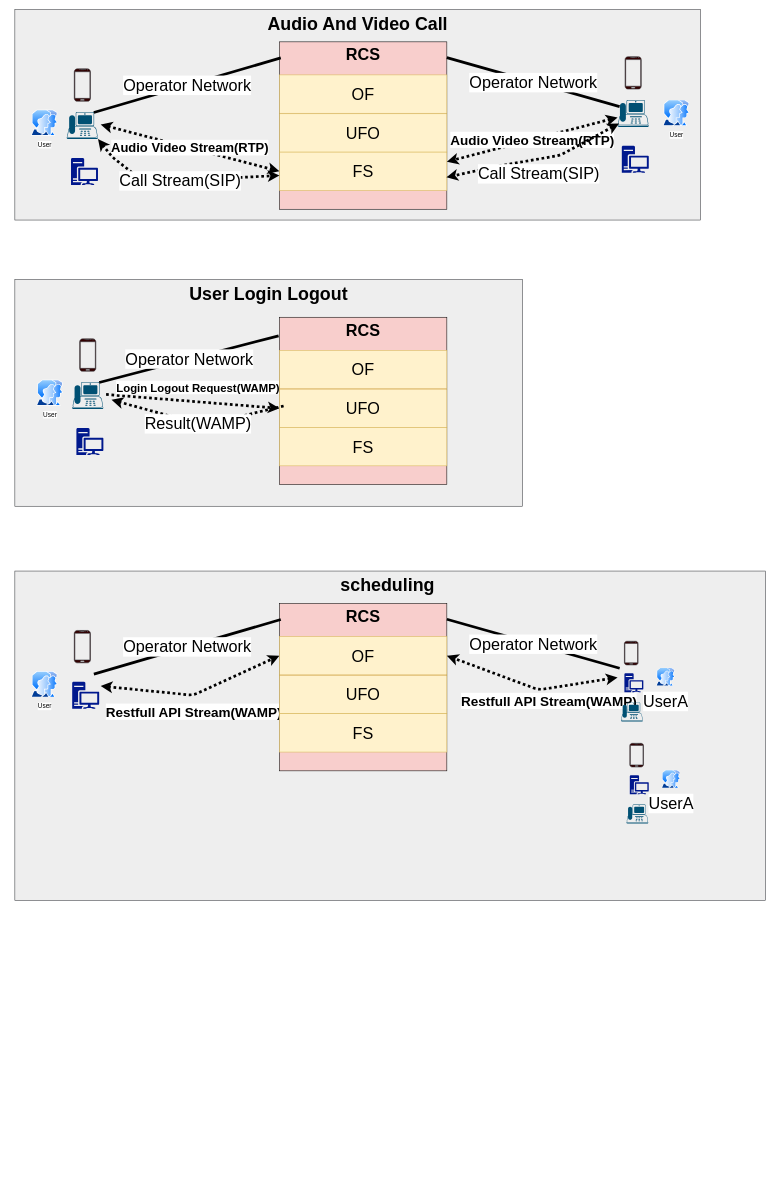
This is RCS 数据流图.drawio from uyuy2043/yy, a draw.io file, before an edit. Source tidied: cells renumbered, new cells numbered last; positions are measured from the earlier drawing's top-left corner, leaving out a move shared by most shapes. Both pictures are drawn from the tidied source at 54%, with x=0, y=0 at pixel (15, 9).
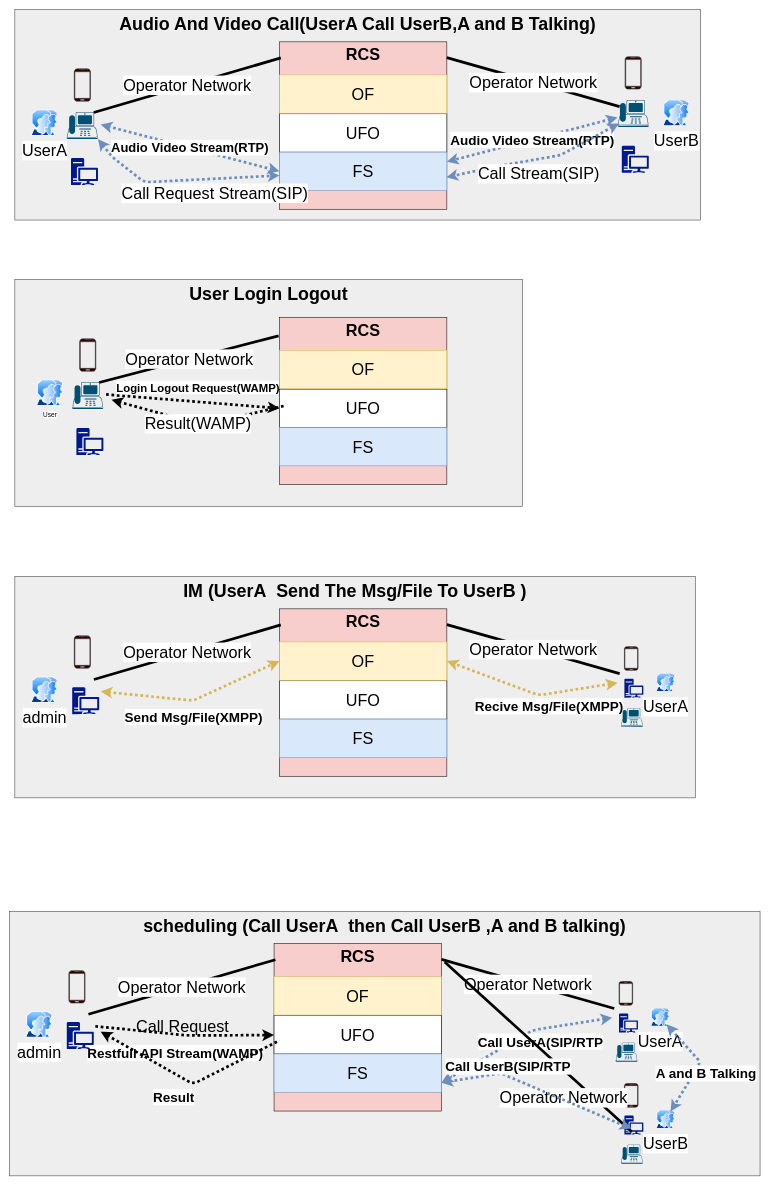
The same page after the edit.

Commit message (it also covers changes not shown here):
更新RCS 数据流图.drawio

The change refers to these unchanged cells:
```xml
<mxCell id="9" style="points=[[0.59,0,0],[0.87,0.015,0],[0.88,0.3,0],[0.99,0.99,0],[0.5,1,0],[0.01,0.99,0],[0.075,0.5,0],[0.17,0.115,0]];verticalLabelPosition=bottom;html=1;verticalAlign=top;align=center;shape=mxgraph.cisco19.ip_phone;fillColor=#005073;strokeColor=none;" parent="1" vertex="1">
  <mxGeometry x="96.2" y="190" width="57.5" height="50" as="geometry" />
</mxCell>
<mxCell id="14" style="group;" parent="1" vertex="1">
  <mxGeometry x="490" y="60" width="310" height="310" as="geometry" />
</mxCell>
<mxCell id="23" style="points=[[0.59,0,0],[0.87,0.015,0],[0.88,0.3,0],[0.99,0.99,0],[0.5,1,0],[0.01,0.99,0],[0.075,0.5,0],[0.17,0.115,0]];verticalLabelPosition=bottom;html=1;verticalAlign=top;align=center;shape=mxgraph.cisco19.ip_phone;fillColor=#005073;strokeColor=none;" parent="1" vertex="1">
  <mxGeometry x="1116.2" y="167.5" width="57.5" height="50" as="geometry" />
</mxCell>
<mxCell id="29" style="group;" parent="1" vertex="1">
  <mxGeometry x="490" y="570" width="310" height="310" as="geometry" />
</mxCell>
<mxCell id="41" value="RCS" style="whiteSpace=wrap;html=1;rounded=0;fillColor=#F8CECC;fontSize=30;align=center;fontStyle=1;verticalAlign=top;" parent="40" vertex="1">
  <mxGeometry width="310" height="310" as="geometry" />
</mxCell>
<mxCell id="44" value="OF" style="rounded=0;whiteSpace=wrap;html=1;fillColor=#fff2cc;fontSize=30;align=center;strokeColor=#d6b656;" parent="40" vertex="1">
  <mxGeometry y="61.2" width="310" height="71" as="geometry" />
</mxCell>
<mxCell id="49" value="UserA" style="perimeter=ellipsePerimeter;html=1;align=center;shadow=0;dashed=0;spacingTop=3;image;image=img/lib/active_directory/user_accounts.svg;fillColor=#330000;fontSize=30;" parent="48" vertex="1">
  <mxGeometry x="65.3" y="49.4" width="35.1" height="34.1" as="geometry" />
</mxCell>
<mxCell id="56" style="shadow=0;dashed=0;html=1;strokeColor=none;labelPosition=center;verticalLabelPosition=bottom;verticalAlign=top;align=center;fillColor=#00188D;shape=mxgraph.mscae.enterprise.workstation_client;rounded=0;fontSize=30;" parent="53" vertex="1">
  <mxGeometry x="6.3" y="59.3" width="35.1" height="35.1" as="geometry" />
</mxCell>
```

The edit, as a diff of the source:
```diff
@@
-    <mxCell id="2" value="Audio And Video Call" style="rounded=0;whiteSpace=wrap;html=1;fillColor=#eeeeee;strokeColor=#36393d;horizontal=1;align=center;verticalAlign=top;fontSize=33;fontStyle=1;" parent="1" vertex="1">
+    <mxCell id="2" value="Audio And Video Call(UserA Call UserB,A and B Talking)" style="rounded=0;whiteSpace=wrap;html=1;fillColor=#eeeeee;strokeColor=#36393d;horizontal=1;align=center;verticalAlign=top;fontSize=33;fontStyle=1;" parent="1" vertex="1">
       <mxGeometry width="1270" height="390" as="geometry" />
     </mxCell>
@@
-    <mxCell id="11" value="User" style="perimeter=ellipsePerimeter;html=1;align=center;shadow=0;dashed=0;spacingTop=3;image;image=img/lib/active_directory/user_accounts.svg;fillColor=#330000;" parent="1" vertex="1">
+    <mxCell id="11" value="UserA" style="perimeter=ellipsePerimeter;html=1;align=center;shadow=0;dashed=0;spacingTop=3;image;image=img/lib/active_directory/user_accounts.svg;fillColor=#330000;fontSize=30;" parent="1" vertex="1">
       <mxGeometry x="30" y="185.8" width="50" height="48.5" as="geometry" />
     </mxCell>
-    <mxCell id="12" value="Audio Video Stream(RTP)" style="endArrow=classic;html=1;fontSize=24;strokeWidth=5;exitX=1.091;exitY=0.46;exitDx=0;exitDy=0;entryX=0;entryY=0.5;entryDx=0;entryDy=0;exitPerimeter=0;startArrow=classic;startFill=1;dashed=1;dashPattern=1 1;fontStyle=1;" parent="1" edge="1" source="9" target="17">
+    <mxCell id="12" value="Audio Video Stream(RTP)" style="endArrow=classic;html=1;fontSize=24;strokeWidth=5;exitX=1.091;exitY=0.46;exitDx=0;exitDy=0;entryX=0;entryY=0.5;entryDx=0;entryDy=0;exitPerimeter=0;startArrow=classic;startFill=1;dashed=1;dashPattern=1 1;fontStyle=1;fillColor=#dae8fc;strokeColor=#6c8ebf;" parent="1" edge="1" source="9" target="17">
       <mxGeometry relative="1" as="geometry" />
     </mxCell>
@@
-    <mxCell id="16" value="UFO" style="rounded=0;whiteSpace=wrap;html=1;fillColor=#fff2cc;fontSize=30;align=center;strokeColor=#d6b656;" parent="14" vertex="1">
+    <mxCell id="16" value="UFO" style="rounded=0;whiteSpace=wrap;html=1;fontSize=30;align=center;" parent="14" vertex="1">
       <mxGeometry y="133.2" width="310" height="71" as="geometry" />
     </mxCell>
-    <mxCell id="17" value="FS" style="rounded=0;whiteSpace=wrap;html=1;fillColor=#fff2cc;fontSize=30;align=center;strokeColor=#d6b656;" parent="14" vertex="1">
+    <mxCell id="17" value="FS" style="rounded=0;whiteSpace=wrap;html=1;fillColor=#dae8fc;fontSize=30;align=center;strokeColor=#6c8ebf;" parent="14" vertex="1">
       <mxGeometry y="204.2" width="310" height="71" as="geometry" />
     </mxCell>
@@
-    <mxCell id="20" value="Call Stream(SIP)" style="endArrow=classic;html=1;fontSize=30;strokeWidth=5;exitX=1.091;exitY=0.46;exitDx=0;exitDy=0;exitPerimeter=0;startArrow=classic;startFill=1;dashed=1;dashPattern=1 1;" parent="1" edge="1" target="17">
-      <mxGeometry relative="1" as="geometry">
+    <mxCell id="20" value="Call Request Stream(SIP)" style="endArrow=classic;html=1;fontSize=30;strokeWidth=5;exitX=1.091;exitY=0.46;exitDx=0;exitDy=0;exitPerimeter=0;startArrow=classic;startFill=1;dashed=1;dashPattern=1 1;fillColor=#dae8fc;strokeColor=#6c8ebf;" parent="1" edge="1" target="17">
+      <mxGeometry x="0.34" y="-26" relative="1" as="geometry">
         <mxPoint x="154" y="240" as="sourcePoint" />
         <Array as="points">
           <mxPoint x="180" y="273" />
           <mxPoint x="240" y="320" />
         </Array>
       </mxGeometry>
     </mxCell>
-    <mxCell id="21" value="User" style="perimeter=ellipsePerimeter;html=1;align=center;shadow=0;dashed=0;spacingTop=3;image;image=img/lib/active_directory/user_accounts.svg;fillColor=#330000;" parent="1" vertex="1">
+    <mxCell id="21" value="UserB" style="perimeter=ellipsePerimeter;html=1;align=center;shadow=0;dashed=0;spacingTop=3;image;image=img/lib/active_directory/user_accounts.svg;fillColor=#330000;fontSize=30;" parent="1" vertex="1">
       <mxGeometry x="1200" y="167.5" width="50" height="48.5" as="geometry" />
     </mxCell>
@@
-    <mxCell id="26" value="Audio Video Stream(RTP)" style="endArrow=classic;html=1;fontSize=25;strokeWidth=5;entryX=1;entryY=0.25;entryDx=0;entryDy=0;startArrow=classic;startFill=1;dashed=1;dashPattern=1 1;fontStyle=1;" parent="1" edge="1" source="23" target="17">
+    <mxCell id="26" value="Audio Video Stream(RTP)" style="endArrow=classic;html=1;fontSize=25;strokeWidth=5;entryX=1;entryY=0.25;entryDx=0;entryDy=0;startArrow=classic;startFill=1;dashed=1;dashPattern=1 1;fontStyle=1;fillColor=#dae8fc;strokeColor=#6c8ebf;" parent="1" edge="1" source="23" target="17">
       <mxGeometry relative="1" as="geometry" />
     </mxCell>
-    <mxCell id="27" value="Call Stream(SIP)" style="endArrow=classic;html=1;fontSize=30;strokeWidth=5;exitX=0.048;exitY=0.87;exitDx=0;exitDy=0;exitPerimeter=0;startArrow=classic;startFill=1;entryX=0.997;entryY=0.658;entryDx=0;entryDy=0;entryPerimeter=0;dashed=1;dashPattern=1 1;" parent="1" edge="1" source="23" target="17">
+    <mxCell id="27" value="Call Stream(SIP)" style="endArrow=classic;html=1;fontSize=30;strokeWidth=5;exitX=0.048;exitY=0.87;exitDx=0;exitDy=0;exitPerimeter=0;startArrow=classic;startFill=1;entryX=0.997;entryY=0.658;entryDx=0;entryDy=0;entryPerimeter=0;dashed=1;dashPattern=1 1;fillColor=#dae8fc;strokeColor=#6c8ebf;" parent="1" edge="1" source="23" target="17">
       <mxGeometry y="27" relative="1" as="geometry">
         <Array as="points">
           <mxPoint x="1010" y="270" />
           <mxPoint x="893.7" y="290.2" />
         </Array>
       </mxGeometry>
     </mxCell>
@@
-    <mxCell id="31" value="UFO" style="rounded=0;whiteSpace=wrap;html=1;fillColor=#fff2cc;fontSize=30;align=center;strokeColor=#d6b656;" parent="29" vertex="1">
+    <mxCell id="31" value="UFO" style="rounded=0;whiteSpace=wrap;html=1;fontSize=30;align=center;" parent="29" vertex="1">
       <mxGeometry y="133.2" width="310" height="71" as="geometry" />
     </mxCell>
-    <mxCell id="32" value="FS" style="rounded=0;whiteSpace=wrap;html=1;fillColor=#fff2cc;fontSize=30;align=center;strokeColor=#d6b656;" parent="29" vertex="1">
+    <mxCell id="32" value="FS" style="rounded=0;whiteSpace=wrap;html=1;fillColor=#dae8fc;fontSize=30;align=center;strokeColor=#6c8ebf;" parent="29" vertex="1">
       <mxGeometry y="204.2" width="310" height="71" as="geometry" />
     </mxCell>
@@
-    <mxCell id="35" value="scheduling&amp;nbsp;" style="rounded=0;whiteSpace=wrap;html=1;fillColor=#eeeeee;strokeColor=#36393d;horizontal=1;align=center;verticalAlign=top;fontSize=33;fontStyle=1;" parent="1" vertex="1">
-      <mxGeometry y="1040" width="1390" height="610" as="geometry" />
+    <mxCell id="35" value="scheduling (Call UserA&amp;nbsp; then Call UserB ,A and B talking)" style="rounded=0;whiteSpace=wrap;html=1;fillColor=#eeeeee;strokeColor=#36393d;horizontal=1;align=center;verticalAlign=top;fontSize=33;fontStyle=1;" parent="1" vertex="1">
+      <mxGeometry x="-10" y="1670" width="1390" height="490" as="geometry" />
     </mxCell>
     <mxCell id="36" style="verticalLabelPosition=bottom;verticalAlign=top;html=1;shadow=0;dashed=0;strokeWidth=1;shape=mxgraph.android.phone2;strokeColor=#36393d;fillColor=#330000;" parent="1" vertex="1">
-      <mxGeometry x="110" y="1150" width="30" height="60" as="geometry" />
+      <mxGeometry x="100" y="1780" width="30" height="60" as="geometry" />
     </mxCell>
-    <mxCell id="37" value="User" style="perimeter=ellipsePerimeter;html=1;align=center;shadow=0;dashed=0;spacingTop=3;image;image=img/lib/active_directory/user_accounts.svg;fillColor=#330000;" parent="1" vertex="1">
-      <mxGeometry x="30" y="1225.8" width="50" height="48.5" as="geometry" />
+    <mxCell id="37" value="admin" style="perimeter=ellipsePerimeter;html=1;align=center;shadow=0;dashed=0;spacingTop=3;image;image=img/lib/active_directory/user_accounts.svg;fillColor=#330000;fontSize=30;" parent="1" vertex="1">
+      <mxGeometry x="20" y="1855.8" width="50" height="48.5" as="geometry" />
     </mxCell>
-    <mxCell id="38" value="Restfull API Stream(WAMP)" style="endArrow=classic;html=1;fontSize=25;strokeWidth=5;exitX=1.091;exitY=0.46;exitDx=0;exitDy=0;entryX=0;entryY=0.5;entryDx=0;entryDy=0;exitPerimeter=0;startArrow=classic;startFill=1;dashed=1;dashPattern=1 1;fontStyle=1;" parent="1" edge="1" target="44">
+    <mxCell id="38" value="Restfull API Stream(WAMP)" style="endArrow=classic;html=1;fontSize=25;strokeWidth=5;exitX=1.091;exitY=0.46;exitDx=0;exitDy=0;exitPerimeter=0;startArrow=none;startFill=0;dashed=1;dashPattern=1 1;fontStyle=1;" parent="1" edge="1" target="42">
       <mxGeometry x="-0.01" y="-30" relative="1" as="geometry">
-        <mxPoint x="159" y="1253" as="sourcePoint" />
+        <mxPoint x="149" y="1883" as="sourcePoint" />
         <Array as="points">
-          <mxPoint x="330" y="1270" />
+          <mxPoint x="320" y="1900" />
         </Array>
         <mxPoint x="-12" y="3" as="offset" />
       </mxGeometry>
     </mxCell>
     <mxCell id="39" style="shadow=0;dashed=0;html=1;strokeColor=none;labelPosition=center;verticalLabelPosition=bottom;verticalAlign=top;align=center;fillColor=#00188D;shape=mxgraph.mscae.enterprise.workstation_client;rounded=0;fontSize=30;" parent="1" vertex="1">
-      <mxGeometry x="106.2" y="1245" width="50" height="50" as="geometry" />
+      <mxGeometry x="96.2" y="1875" width="50" height="50" as="geometry" />
     </mxCell>
     <mxCell id="40" style="group;" parent="1" vertex="1">
-      <mxGeometry x="490" y="1100" width="310" height="310" as="geometry" />
+      <mxGeometry x="480" y="1730" width="310" height="310" as="geometry" />
     </mxCell>
@@
-    <mxCell id="42" value="UFO" style="rounded=0;whiteSpace=wrap;html=1;fillColor=#fff2cc;fontSize=30;align=center;strokeColor=#d6b656;" parent="40" vertex="1">
+    <mxCell id="42" value="UFO" style="rounded=0;whiteSpace=wrap;html=1;fontSize=30;align=center;" parent="40" vertex="1">
       <mxGeometry y="133.2" width="310" height="71" as="geometry" />
     </mxCell>
-    <mxCell id="43" value="FS" style="rounded=0;whiteSpace=wrap;html=1;fillColor=#fff2cc;fontSize=30;align=center;strokeColor=#d6b656;" parent="40" vertex="1">
+    <mxCell id="43" value="FS" style="rounded=0;whiteSpace=wrap;html=1;fillColor=#dae8fc;fontSize=30;align=center;strokeColor=#6c8ebf;" parent="40" vertex="1">
       <mxGeometry y="204.2" width="310" height="71" as="geometry" />
     </mxCell>
@@
     <mxCell id="45" value="Operator Network" style="endArrow=none;html=1;strokeWidth=5;fontSize=30;entryX=0.008;entryY=0.096;entryDx=0;entryDy=0;entryPerimeter=0;exitX=0.87;exitY=0.015;exitDx=0;exitDy=0;exitPerimeter=0;" parent="1" edge="1" target="41">
       <mxGeometry relative="1" as="geometry">
-        <mxPoint x="146.3" y="1230.8" as="sourcePoint" />
+        <mxPoint x="136.3" y="1860.8" as="sourcePoint" />
       </mxGeometry>
     </mxCell>
     <mxCell id="46" value="Operator Network" style="endArrow=none;html=1;strokeWidth=5;fontSize=30;entryX=1;entryY=0.094;entryDx=0;entryDy=0;entryPerimeter=0;exitX=0.065;exitY=0.25;exitDx=0;exitDy=0;exitPerimeter=0;" parent="1" edge="1" target="41">
       <mxGeometry relative="1" as="geometry">
-        <mxPoint x="1120" y="1220" as="sourcePoint" />
+        <mxPoint x="1110" y="1850" as="sourcePoint" />
       </mxGeometry>
     </mxCell>
-    <mxCell id="47" value="Restfull API Stream(WAMP)" style="endArrow=classic;html=1;fontSize=25;strokeWidth=5;entryX=1;entryY=0.5;entryDx=0;entryDy=0;startArrow=classic;startFill=1;dashed=1;dashPattern=1 1;fontStyle=1;" parent="1" edge="1" target="44">
+    <mxCell id="47" value="Call UserA(SIP/RTP" style="endArrow=classic;html=1;fontSize=25;strokeWidth=5;startArrow=classic;startFill=1;dashed=1;dashPattern=1 1;fontStyle=1;entryX=1;entryY=0.75;entryDx=0;entryDy=0;fillColor=#dae8fc;strokeColor=#6c8ebf;" parent="1" edge="1" target="43">
       <mxGeometry x="-0.2" y="23" relative="1" as="geometry">
-        <mxPoint x="1116.2" y="1237" as="sourcePoint" />
+        <mxPoint x="1106.2" y="1867" as="sourcePoint" />
         <Array as="points">
-          <mxPoint x="970" y="1260" />
+          <mxPoint x="960" y="1890" />
         </Array>
       </mxGeometry>
     </mxCell>
     <mxCell id="48" style="group;" parent="1" vertex="1">
-      <mxGeometry x="1122.5" y="1170" width="107.5" height="150" as="geometry" />
+      <mxGeometry x="1112.5" y="1800" width="107.5" height="150" as="geometry" />
     </mxCell>
@@
     <mxCell id="53" style="group;" parent="1" vertex="1">
-      <mxGeometry x="1132.5" y="1359" width="107.5" height="150" as="geometry" />
+      <mxGeometry x="1122.5" y="1989" width="107.5" height="150" as="geometry" />
     </mxCell>
-    <mxCell id="54" value="UserA" style="perimeter=ellipsePerimeter;html=1;align=center;shadow=0;dashed=0;spacingTop=3;image;image=img/lib/active_directory/user_accounts.svg;fillColor=#330000;fontSize=30;" parent="53" vertex="1">
+    <mxCell id="54" value="UserB" style="perimeter=ellipsePerimeter;html=1;align=center;shadow=0;dashed=0;spacingTop=3;image;image=img/lib/active_directory/user_accounts.svg;fillColor=#330000;fontSize=30;" parent="53" vertex="1">
       <mxGeometry x="65.3" y="49.4" width="35.1" height="34.1" as="geometry" />
     </mxCell>
@@
+    <mxCell id="58" value="Operator Network" style="endArrow=none;html=1;strokeWidth=5;fontSize=30;entryX=1;entryY=0.094;entryDx=0;entryDy=0;entryPerimeter=0;exitX=0.5;exitY=1;exitDx=0;exitDy=0;exitPerimeter=0;" parent="1" edge="1">
+      <mxGeometry x="-0.42" y="38" relative="1" as="geometry">
+        <mxPoint x="1142.4" y="2078.4" as="sourcePoint" />
+        <mxPoint x="796" y="1764.1" as="targetPoint" />
+      </mxGeometry>
+    </mxCell>
+    <mxCell id="59" value="Call UserB(SIP/RTP" style="endArrow=classic;html=1;fontSize=25;strokeWidth=5;entryX=1;entryY=0.75;entryDx=0;entryDy=0;startArrow=classic;startFill=1;dashed=1;dashPattern=1 1;fontStyle=1;exitX=0.366;exitY=0.695;exitDx=0;exitDy=0;exitPerimeter=0;fillColor=#dae8fc;strokeColor=#6c8ebf;" parent="1" edge="1" source="56" target="43">
+      <mxGeometry x="0.22" y="-22" relative="1" as="geometry">
+        <Array as="points">
+          <mxPoint x="900" y="1970" />
+        </Array>
+        <mxPoint x="-27" y="-6" as="offset" />
+      </mxGeometry>
+    </mxCell>
+    <mxCell id="60" value="IM (UserA&amp;nbsp; Send The Msg/File To UserB )" style="rounded=0;whiteSpace=wrap;html=1;fillColor=#eeeeee;strokeColor=#36393d;horizontal=1;align=center;verticalAlign=top;fontSize=33;fontStyle=1;" parent="1" vertex="1">
+      <mxGeometry y="1050" width="1260" height="410" as="geometry" />
+    </mxCell>
+    <mxCell id="61" style="verticalLabelPosition=bottom;verticalAlign=top;html=1;shadow=0;dashed=0;strokeWidth=1;shape=mxgraph.android.phone2;strokeColor=#36393d;fillColor=#330000;" parent="1" vertex="1">
+      <mxGeometry x="110" y="1160" width="30" height="60" as="geometry" />
+    </mxCell>
+    <mxCell id="62" value="admin" style="perimeter=ellipsePerimeter;html=1;align=center;shadow=0;dashed=0;spacingTop=3;image;image=img/lib/active_directory/user_accounts.svg;fillColor=#330000;fontSize=30;" parent="1" vertex="1">
+      <mxGeometry x="30" y="1235.8" width="50" height="48.5" as="geometry" />
+    </mxCell>
+    <mxCell id="63" value="Send Msg/File(XMPP)" style="endArrow=classic;html=1;fontSize=25;strokeWidth=5;exitX=1.091;exitY=0.46;exitDx=0;exitDy=0;entryX=0;entryY=0.5;entryDx=0;entryDy=0;exitPerimeter=0;startArrow=classic;startFill=1;dashed=1;dashPattern=1 1;fontStyle=1;fillColor=#fff2cc;strokeColor=#d6b656;" parent="1" edge="1" target="69">
+      <mxGeometry x="-0.01" y="-30" relative="1" as="geometry">
+        <mxPoint x="159" y="1263" as="sourcePoint" />
+        <Array as="points">
+          <mxPoint x="330" y="1280" />
+        </Array>
+        <mxPoint x="-12" y="3" as="offset" />
+      </mxGeometry>
+    </mxCell>
+    <mxCell id="64" style="shadow=0;dashed=0;html=1;strokeColor=none;labelPosition=center;verticalLabelPosition=bottom;verticalAlign=top;align=center;fillColor=#00188D;shape=mxgraph.mscae.enterprise.workstation_client;rounded=0;fontSize=30;" parent="1" vertex="1">
+      <mxGeometry x="106.2" y="1255" width="50" height="50" as="geometry" />
+    </mxCell>
+    <mxCell id="65" style="group;" parent="1" vertex="1">
+      <mxGeometry x="490" y="1110" width="310" height="310" as="geometry" />
+    </mxCell>
+    <mxCell id="66" value="RCS" style="whiteSpace=wrap;html=1;rounded=0;fillColor=#F8CECC;fontSize=30;align=center;fontStyle=1;verticalAlign=top;" parent="65" vertex="1">
+      <mxGeometry width="310" height="310" as="geometry" />
+    </mxCell>
+    <mxCell id="67" value="UFO" style="rounded=0;whiteSpace=wrap;html=1;fontSize=30;align=center;" parent="65" vertex="1">
+      <mxGeometry y="133.2" width="310" height="71" as="geometry" />
+    </mxCell>
+    <mxCell id="68" value="FS" style="rounded=0;whiteSpace=wrap;html=1;fillColor=#dae8fc;fontSize=30;align=center;strokeColor=#6c8ebf;" parent="65" vertex="1">
+      <mxGeometry y="204.2" width="310" height="71" as="geometry" />
+    </mxCell>
+    <mxCell id="69" value="OF" style="rounded=0;whiteSpace=wrap;html=1;fillColor=#fff2cc;fontSize=30;align=center;strokeColor=#d6b656;" parent="65" vertex="1">
+      <mxGeometry y="61.2" width="310" height="71" as="geometry" />
+    </mxCell>
+    <mxCell id="70" value="Operator Network" style="endArrow=none;html=1;strokeWidth=5;fontSize=30;entryX=0.008;entryY=0.096;entryDx=0;entryDy=0;entryPerimeter=0;exitX=0.87;exitY=0.015;exitDx=0;exitDy=0;exitPerimeter=0;" parent="1" edge="1" target="66">
+      <mxGeometry relative="1" as="geometry">
+        <mxPoint x="146.3" y="1240.8" as="sourcePoint" />
+      </mxGeometry>
+    </mxCell>
+    <mxCell id="71" value="Operator Network" style="endArrow=none;html=1;strokeWidth=5;fontSize=30;entryX=1;entryY=0.094;entryDx=0;entryDy=0;entryPerimeter=0;exitX=0.065;exitY=0.25;exitDx=0;exitDy=0;exitPerimeter=0;" parent="1" edge="1" target="66">
+      <mxGeometry relative="1" as="geometry">
+        <mxPoint x="1120" y="1230" as="sourcePoint" />
+      </mxGeometry>
+    </mxCell>
+    <mxCell id="72" value="Recive Msg/File(XMPP)" style="endArrow=classic;html=1;fontSize=25;strokeWidth=5;startArrow=classic;startFill=1;dashed=1;dashPattern=1 1;fontStyle=1;entryX=1;entryY=0.5;entryDx=0;entryDy=0;fillColor=#fff2cc;strokeColor=#d6b656;" parent="1" edge="1" target="69">
+      <mxGeometry x="-0.2" y="23" relative="1" as="geometry">
+        <mxPoint x="1116.2" y="1247" as="sourcePoint" />
+        <Array as="points">
+          <mxPoint x="970" y="1270" />
+        </Array>
+      </mxGeometry>
+    </mxCell>
+    <mxCell id="73" style="group;" parent="1" vertex="1">
+      <mxGeometry x="1122.5" y="1180" width="107.5" height="150" as="geometry" />
+    </mxCell>
+    <mxCell id="74" value="UserA" style="perimeter=ellipsePerimeter;html=1;align=center;shadow=0;dashed=0;spacingTop=3;image;image=img/lib/active_directory/user_accounts.svg;fillColor=#330000;fontSize=30;" parent="73" vertex="1">
+      <mxGeometry x="65.3" y="49.4" width="35.1" height="34.1" as="geometry" />
+    </mxCell>
+    <mxCell id="75" style="verticalLabelPosition=bottom;verticalAlign=top;html=1;shadow=0;dashed=0;strokeWidth=1;shape=mxgraph.android.phone2;strokeColor=#36393d;fillColor=#330000;" parent="73" vertex="1">
+      <mxGeometry x="6.3" width="25.3" height="43.9" as="geometry" />
+    </mxCell>
+    <mxCell id="76" style="shadow=0;dashed=0;html=1;strokeColor=none;labelPosition=center;verticalLabelPosition=bottom;verticalAlign=top;align=center;fillColor=#00188D;shape=mxgraph.mscae.enterprise.workstation_client;rounded=0;fontSize=30;" parent="73" vertex="1">
+      <mxGeometry x="6.3" y="59.3" width="35.1" height="35.1" as="geometry" />
+    </mxCell>
+    <mxCell id="77" style="verticalLabelPosition=bottom;html=1;verticalAlign=top;align=center;shape=mxgraph.cisco19.ip_phone;fillColor=#005073;strokeColor=none;" parent="73" vertex="1">
+      <mxGeometry y="113.4" width="40.4" height="35.1" as="geometry" />
+    </mxCell>
+    <mxCell id="78" value="Call Request&amp;nbsp;" style="text;html=1;strokeColor=none;fillColor=none;align=center;verticalAlign=middle;whiteSpace=wrap;rounded=0;fontSize=30;" parent="1" vertex="1">
+      <mxGeometry x="200" y="1874" width="230" height="20" as="geometry" />
+    </mxCell>
+    <mxCell id="79" value="Result" style="endArrow=none;html=1;fontSize=25;strokeWidth=5;exitX=1.091;exitY=0.46;exitDx=0;exitDy=0;exitPerimeter=0;startArrow=classic;startFill=1;dashed=1;dashPattern=1 1;fontStyle=1;endFill=0;" parent="1" edge="1">
+      <mxGeometry x="-0.01" y="-30" relative="1" as="geometry">
+        <mxPoint x="159" y="1893" as="sourcePoint" />
+        <mxPoint x="490" y="1909.4" as="targetPoint" />
+        <Array as="points">
+          <mxPoint x="330" y="1990" />
+        </Array>
+        <mxPoint x="-12" y="3" as="offset" />
+      </mxGeometry>
+    </mxCell>
+    <mxCell id="80" value="A and B Talking" style="endArrow=classic;html=1;fontSize=25;strokeWidth=5;startArrow=classic;startFill=1;dashed=1;dashPattern=1 1;fontStyle=1;fillColor=#dae8fc;strokeColor=#6c8ebf;" parent="1" edge="1" source="49" target="54">
+      <mxGeometry x="-0.06" y="-22" relative="1" as="geometry">
+        <Array as="points">
+          <mxPoint x="1270" y="1950" />
+        </Array>
+        <mxPoint x="29" y="31" as="offset" />
+      </mxGeometry>
+    </mxCell>
```
